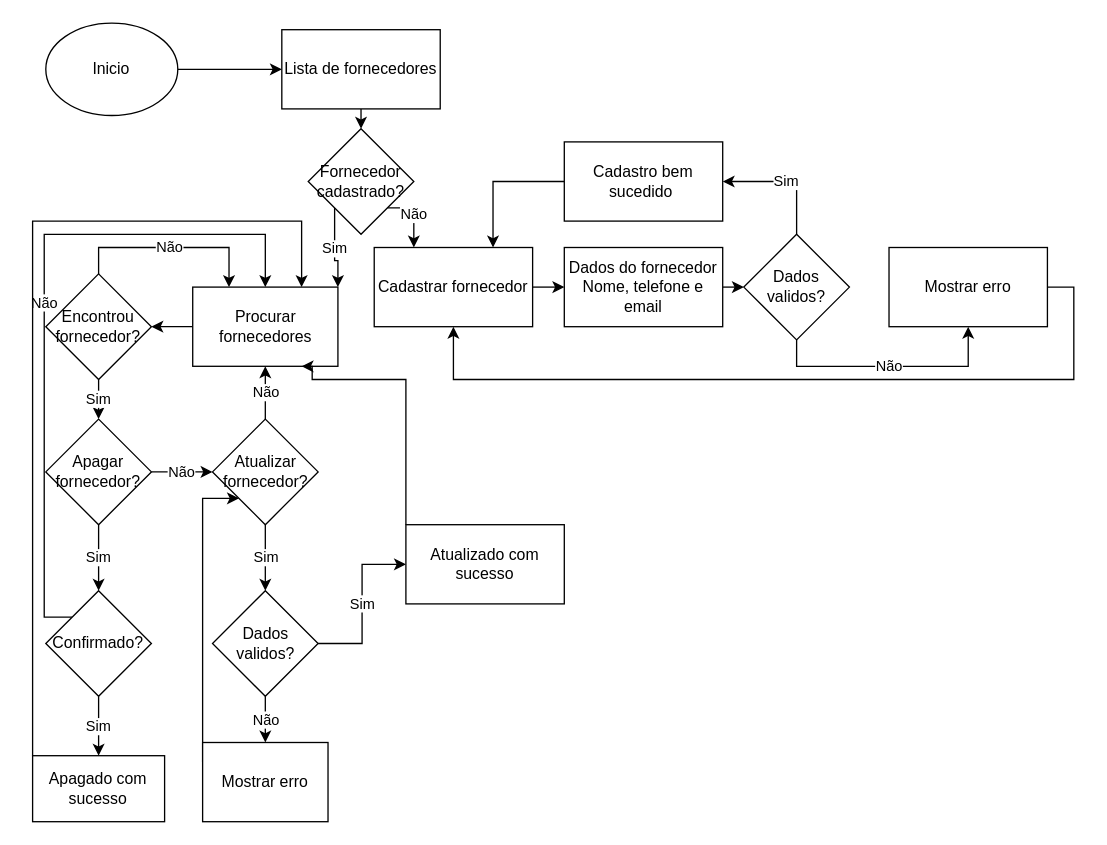
Before: page "Página-2" (2 of 6) of doc/fluxograma.drawio in D3ise/fluxograma, a draw.io diagram. Source tidied: cells renumbered, new cells numbered last; positions are measured from the earlier drawing's top-left corner, leaving out a move shared by most shapes. Both pictures are drawn from the tidied source at 132%, with x=0, y=0 at pixel (32, 22).
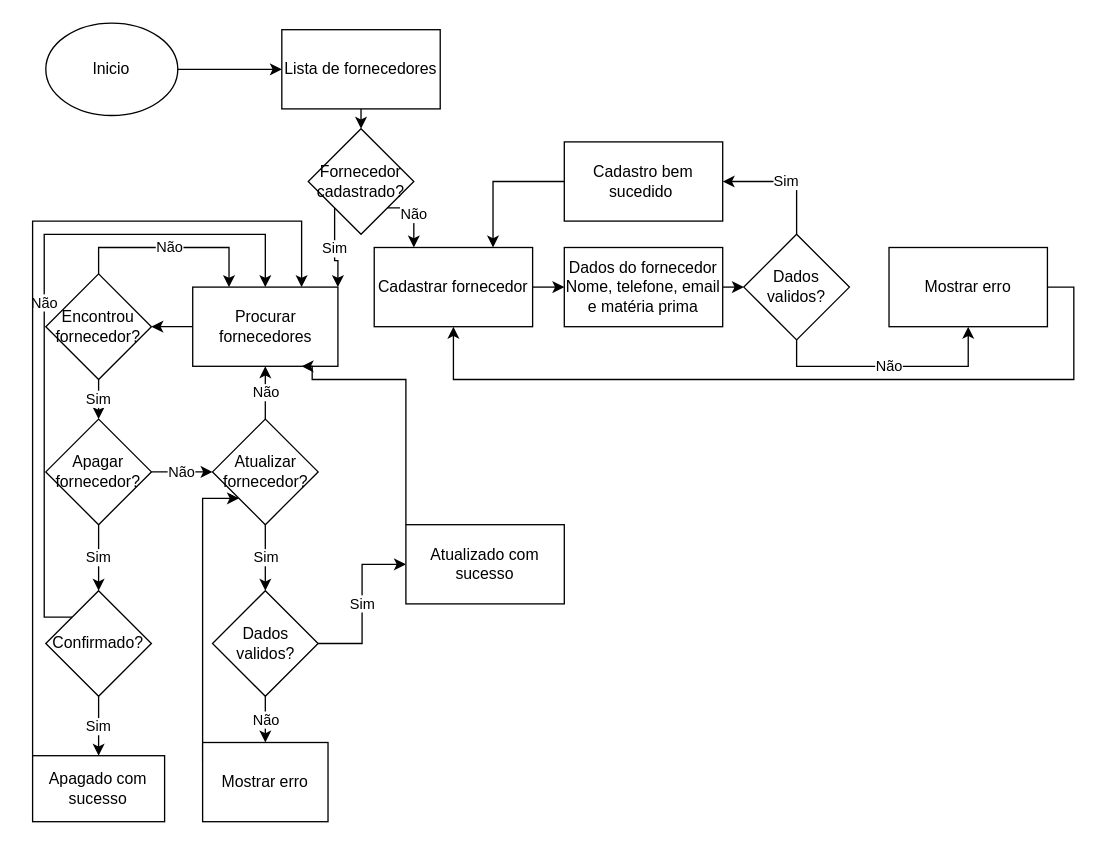
The same diagram, later.

Diff of the diagram source:
```diff
@@
-    <mxCell id="8" value="Dados do fornecedor Nome, telefone e email" style="rounded=0;whiteSpace=wrap;html=1;" parent="1" vertex="1">
+    <mxCell id="8" value="Dados do fornecedor Nome, telefone, email e matéria prima" style="rounded=0;whiteSpace=wrap;html=1;" parent="1" vertex="1">
       <mxGeometry x="403" y="170" width="120" height="60" as="geometry" />
     </mxCell>
```
